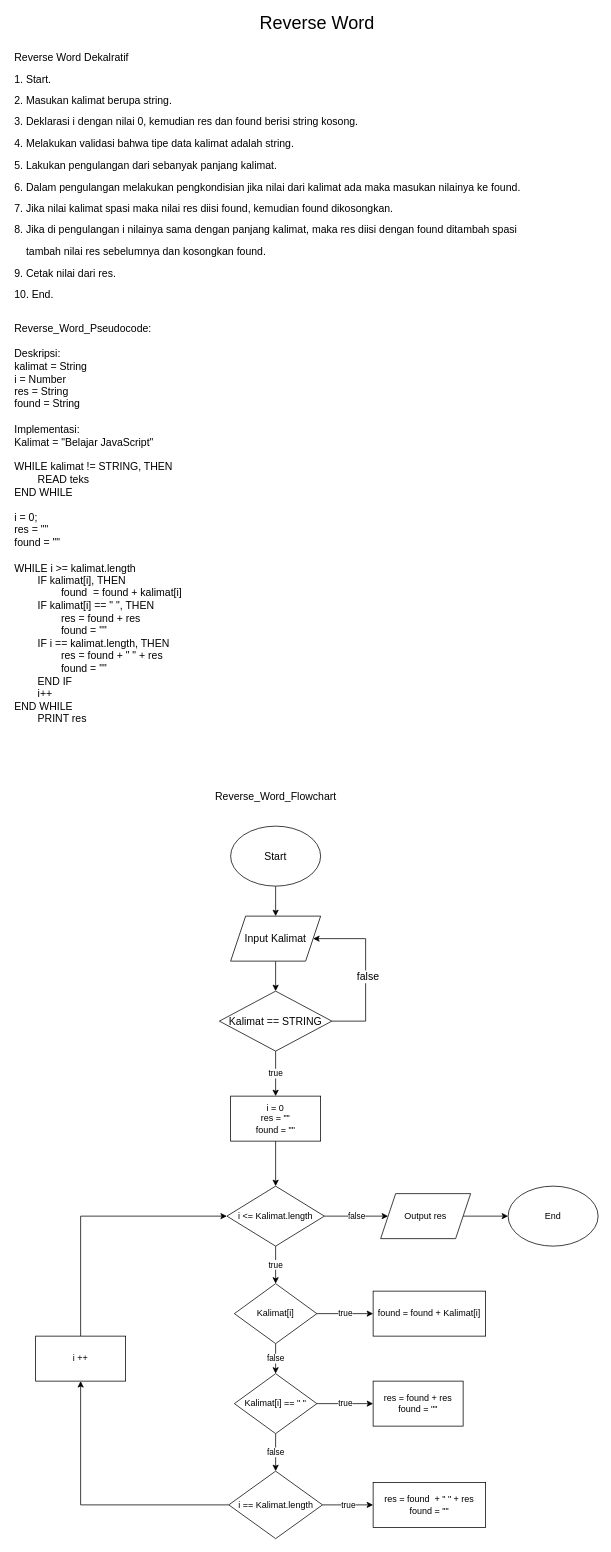
Before: reverseWord.drawio in rintosaputro/fw5-algoritma, a draw.io diagram. Source tidied: cells renumbered, new cells numbered last; positions are measured from the earlier drawing's top-left corner, leaving out a move shared by most shapes. Both pictures are drawn from the tidied source at 75%, with x=0, y=0 at pixel (13, 16).
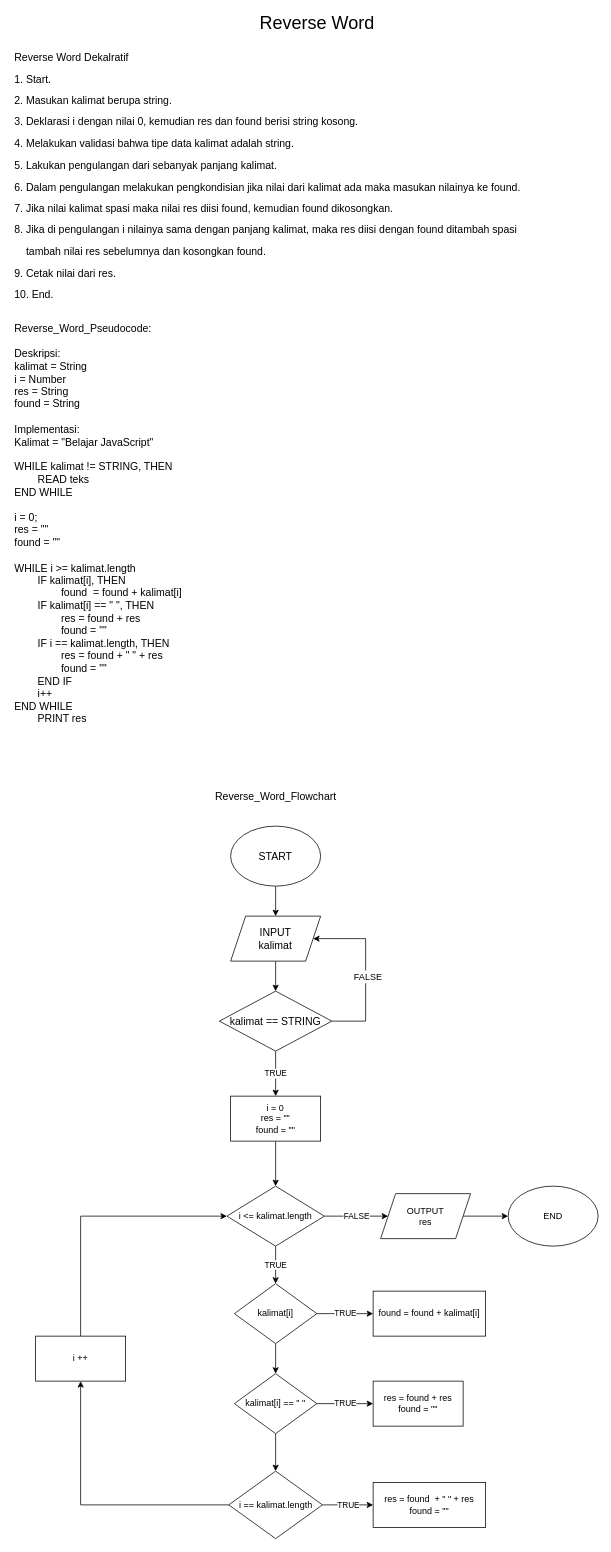
Above is the later version.

Unchanged cells that the change refers to:
```xml
<mxCell id="12" style="endArrow=classic;html=1;rounded=0;fontSize=14;entryX=1;entryY=0.5;entryDx=0;entryDy=0;exitX=1;exitY=0.5;exitDx=0;exitDy=0;" parent="1" edge="1" source="11" target="9">
  <mxGeometry relative="1" as="geometry">
    <Array as="points">
      <mxPoint x="470" y="1340" />
      <mxPoint x="470" y="1230" />
    </Array>
  </mxGeometry>
</mxCell>
<mxCell id="29" value="res = found + res&lt;br&gt;found = &quot;&quot;" style="rounded=0;whiteSpace=wrap;html=1;" parent="1" vertex="1">
  <mxGeometry x="480" y="1820" width="120" height="60" as="geometry" />
</mxCell>
<mxCell id="33" value="res = found&amp;nbsp; + &quot; &quot; + res&lt;br&gt;found = &quot;&quot;" style="rounded=0;whiteSpace=wrap;html=1;" parent="1" vertex="1">
  <mxGeometry x="480" y="1955" width="150" height="60" as="geometry" />
</mxCell>
```

Change to the diagram source:
```diff
@@
-    <mxCell id="6" value="Start" style="ellipse;whiteSpace=wrap;html=1;fontSize=14;" parent="1" vertex="1">
+    <mxCell id="6" value="START" style="ellipse;whiteSpace=wrap;html=1;fontSize=14;" parent="1" vertex="1">
       <mxGeometry x="290" y="1080" width="120" height="80" as="geometry" />
     </mxCell>
@@
-    <mxCell id="9" value="Input Kalimat" style="shape=parallelogram;perimeter=parallelogramPerimeter;whiteSpace=wrap;html=1;fixedSize=1;fontSize=14;" parent="1" vertex="1">
+    <mxCell id="9" value="INPUT&lt;br&gt;kalimat" style="shape=parallelogram;perimeter=parallelogramPerimeter;whiteSpace=wrap;html=1;fixedSize=1;fontSize=14;" parent="1" vertex="1">
       <mxGeometry x="290" y="1200" width="120" height="60" as="geometry" />
     </mxCell>
-    <mxCell id="10" value="true" style="edgeStyle=orthogonalEdgeStyle;rounded=0;jettySize=auto;html=1;" parent="1" edge="1" source="11">
+    <mxCell id="10" value="TRUE" style="edgeStyle=orthogonalEdgeStyle;rounded=0;jettySize=auto;html=1;" parent="1" edge="1" source="11">
       <mxGeometry relative="1" as="geometry">
         <mxPoint x="350" y="1440" as="targetPoint" />
       </mxGeometry>
     </mxCell>
-    <mxCell id="11" value="Kalimat == STRING" style="rhombus;whiteSpace=wrap;html=1;fontSize=14;" parent="1" vertex="1">
+    <mxCell id="11" value="kalimat == STRING" style="rhombus;whiteSpace=wrap;html=1;fontSize=14;" parent="1" vertex="1">
       <mxGeometry x="275" y="1300" width="150" height="80" as="geometry" />
     </mxCell>
@@
-    <mxCell id="13" value="false" style="edgeLabel;html=1;align=center;verticalAlign=middle;fontSize=14;" parent="12" vertex="1">
+    <mxCell id="13" value="&lt;font style=&quot;font-size: 12px&quot;&gt;FALSE&lt;/font&gt;" style="edgeLabel;html=1;align=center;verticalAlign=middle;fontSize=14;" parent="12" vertex="1">
       <mxGeometry x="0.09" y="-2" relative="1" as="geometry">
         <mxPoint y="18" as="offset" />
       </mxGeometry>
     </mxCell>
@@
-    <mxCell id="19" value="true" style="edgeStyle=orthogonalEdgeStyle;rounded=0;jettySize=auto;html=1;" parent="1" edge="1" source="21" target="24">
+    <mxCell id="19" value="TRUE" style="edgeStyle=orthogonalEdgeStyle;rounded=0;jettySize=auto;html=1;" parent="1" edge="1" source="21" target="24">
       <mxGeometry relative="1" as="geometry" />
     </mxCell>
-    <mxCell id="20" value="false" style="edgeStyle=orthogonalEdgeStyle;rounded=0;jettySize=auto;html=1;" parent="1" edge="1" source="21" target="37">
+    <mxCell id="20" value="FALSE" style="edgeStyle=orthogonalEdgeStyle;rounded=0;jettySize=auto;html=1;" parent="1" edge="1" source="21" target="37">
       <mxGeometry relative="1" as="geometry" />
     </mxCell>
-    <mxCell id="21" value="i &amp;lt;= Kalimat.length" style="rhombus;whiteSpace=wrap;html=1;" parent="1" vertex="1">
+    <mxCell id="21" value="i &amp;lt;= kalimat.length" style="rhombus;whiteSpace=wrap;html=1;" parent="1" vertex="1">
       <mxGeometry x="285" y="1560" width="130" height="80" as="geometry" />
     </mxCell>
-    <mxCell id="22" value="true" style="edgeStyle=orthogonalEdgeStyle;rounded=0;jettySize=auto;html=1;" parent="1" edge="1" source="24" target="25">
+    <mxCell id="22" value="TRUE" style="edgeStyle=orthogonalEdgeStyle;rounded=0;jettySize=auto;html=1;" parent="1" edge="1" source="24" target="25">
       <mxGeometry relative="1" as="geometry" />
     </mxCell>
-    <mxCell id="23" value="false" style="edgeStyle=orthogonalEdgeStyle;rounded=0;jettySize=auto;html=1;" parent="1" edge="1" source="24" target="28">
+    <mxCell id="23" style="edgeStyle=orthogonalEdgeStyle;rounded=0;jettySize=auto;html=1;" parent="1" edge="1" source="24" target="28">
       <mxGeometry relative="1" as="geometry" />
     </mxCell>
-    <mxCell id="24" value="Kalimat[i]" style="rhombus;whiteSpace=wrap;html=1;" parent="1" vertex="1">
+    <mxCell id="24" value="kalimat[i]" style="rhombus;whiteSpace=wrap;html=1;" parent="1" vertex="1">
       <mxGeometry x="295" y="1690" width="110" height="80" as="geometry" />
     </mxCell>
-    <mxCell id="25" value="found = found + Kalimat[i]" style="rounded=0;whiteSpace=wrap;html=1;" parent="1" vertex="1">
+    <mxCell id="25" value="found = found + kalimat[i]" style="rounded=0;whiteSpace=wrap;html=1;" parent="1" vertex="1">
       <mxGeometry x="480" y="1700" width="150" height="60" as="geometry" />
     </mxCell>
-    <mxCell id="26" value="true" style="edgeStyle=orthogonalEdgeStyle;rounded=0;jettySize=auto;html=1;" parent="1" edge="1" source="28" target="29">
+    <mxCell id="26" value="TRUE" style="edgeStyle=orthogonalEdgeStyle;rounded=0;jettySize=auto;html=1;" parent="1" edge="1" source="28" target="29">
       <mxGeometry relative="1" as="geometry" />
     </mxCell>
-    <mxCell id="27" value="false" style="edgeStyle=orthogonalEdgeStyle;rounded=0;jettySize=auto;html=1;" parent="1" edge="1" source="28" target="32">
+    <mxCell id="27" style="edgeStyle=orthogonalEdgeStyle;rounded=0;jettySize=auto;html=1;" parent="1" edge="1" source="28" target="32">
       <mxGeometry relative="1" as="geometry" />
     </mxCell>
-    <mxCell id="28" value="Kalimat[i] == &quot; &quot;" style="rhombus;whiteSpace=wrap;html=1;" parent="1" vertex="1">
+    <mxCell id="28" value="kalimat[i] == &quot; &quot;" style="rhombus;whiteSpace=wrap;html=1;" parent="1" vertex="1">
       <mxGeometry x="295" y="1810" width="110" height="80" as="geometry" />
     </mxCell>
@@
-    <mxCell id="30" value="true" style="edgeStyle=orthogonalEdgeStyle;rounded=0;jettySize=auto;html=1;" parent="1" edge="1" source="32" target="33">
+    <mxCell id="30" value="TRUE" style="edgeStyle=orthogonalEdgeStyle;rounded=0;jettySize=auto;html=1;" parent="1" edge="1" source="32" target="33">
       <mxGeometry relative="1" as="geometry" />
     </mxCell>
@@
-    <mxCell id="32" value="i == Kalimat.length" style="rhombus;whiteSpace=wrap;html=1;" parent="1" vertex="1">
+    <mxCell id="32" value="i == kalimat.length" style="rhombus;whiteSpace=wrap;html=1;" parent="1" vertex="1">
       <mxGeometry x="287.5" y="1940" width="125" height="90" as="geometry" />
     </mxCell>
@@
-    <mxCell id="37" value="Output res" style="shape=parallelogram;perimeter=parallelogramPerimeter;whiteSpace=wrap;html=1;fixedSize=1;" parent="1" vertex="1">
+    <mxCell id="37" value="OUTPUT&lt;br&gt;res" style="shape=parallelogram;perimeter=parallelogramPerimeter;whiteSpace=wrap;html=1;fixedSize=1;" parent="1" vertex="1">
       <mxGeometry x="490" y="1570" width="120" height="60" as="geometry" />
     </mxCell>
-    <mxCell id="38" value="End" style="ellipse;whiteSpace=wrap;html=1;" parent="1" vertex="1">
+    <mxCell id="38" value="END" style="ellipse;whiteSpace=wrap;html=1;" parent="1" vertex="1">
       <mxGeometry x="660" y="1560" width="120" height="80" as="geometry" />
     </mxCell>
```
